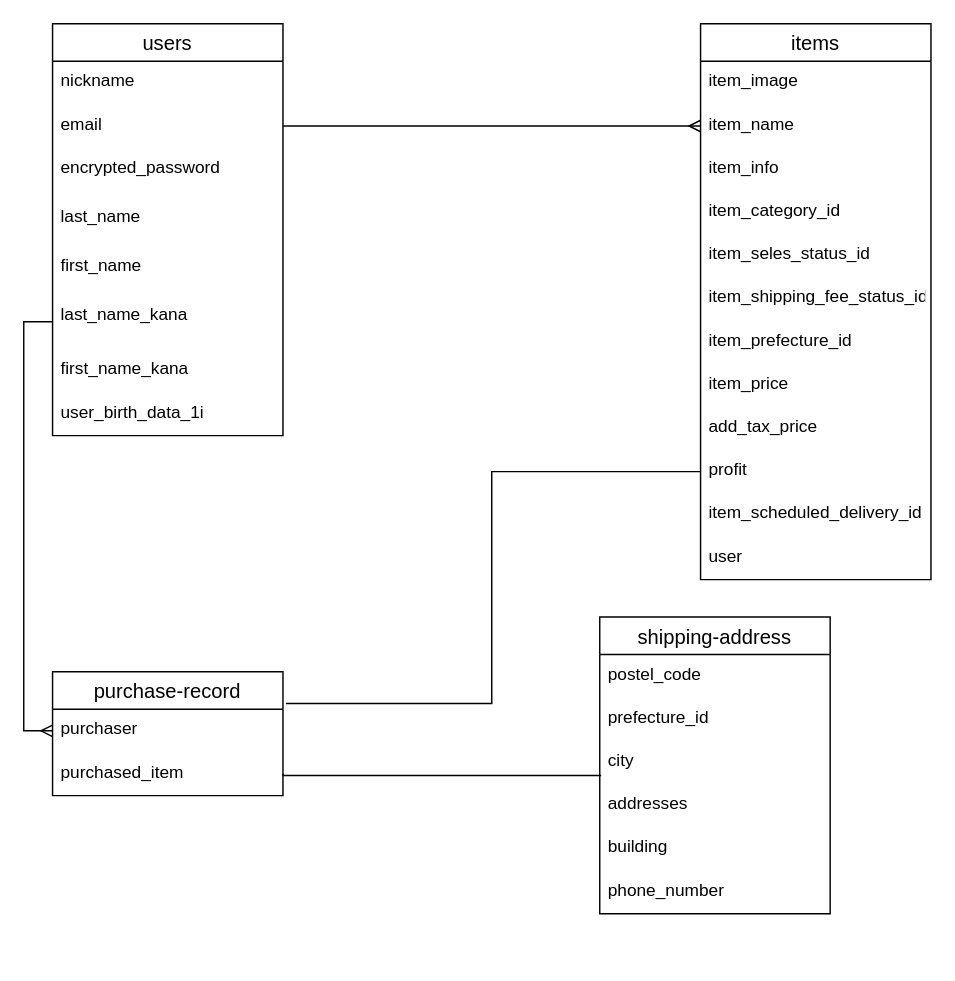
Earlier version of the draw.io diagram furima.dio (shorimpo/furima-33974). Source tidied: cells renumbered, new cells numbered last; positions are measured from the earlier drawing's top-left corner, leaving out a move shared by most shapes. Both pictures are drawn from the tidied source at 144%, with x=0, y=0 at pixel (52, 23).
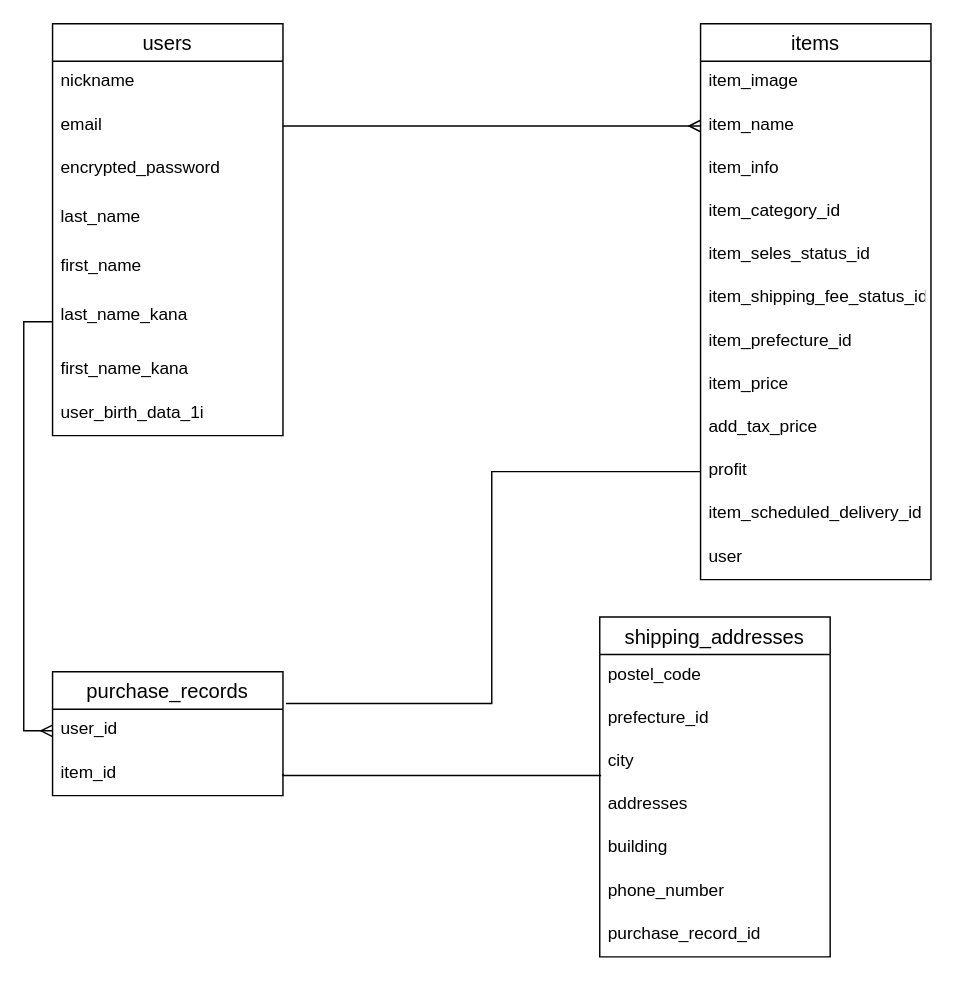
The same diagram, later.

Commit message (it also covers changes not shown here):
ER図とREADMEの修正2

What changed in the source:
```diff
@@
-    <mxCell id="24" value="purchase-record" style="swimlane;fontStyle=0;horizontal=1;startSize=26;align=center;fontSize=14;" parent="1" vertex="1">
+    <mxCell id="24" value="purchase_records" style="swimlane;fontStyle=0;horizontal=1;startSize=26;align=center;fontSize=14;" parent="1" vertex="1">
       <mxGeometry y="450" width="160" height="86" as="geometry" />
     </mxCell>
-    <mxCell id="25" value="purchaser" style="text;strokeColor=none;fillColor=none;spacingLeft=4;spacingRight=4;overflow=hidden;points=[[0,0.5],[1,0.5]];portConstraint=eastwest;fontSize=12;" parent="24" vertex="1">
+    <mxCell id="25" value="user_id" style="text;strokeColor=none;fillColor=none;spacingLeft=4;spacingRight=4;overflow=hidden;points=[[0,0.5],[1,0.5]];portConstraint=eastwest;fontSize=12;" parent="24" vertex="1">
       <mxGeometry y="26" width="160" height="30" as="geometry" />
     </mxCell>
-    <mxCell id="26" value="purchased_item" style="text;strokeColor=none;fillColor=none;spacingLeft=4;spacingRight=4;overflow=hidden;points=[[0,0.5],[1,0.5]];portConstraint=eastwest;fontSize=12;" parent="24" vertex="1">
+    <mxCell id="26" value="item_id" style="text;strokeColor=none;fillColor=none;spacingLeft=4;spacingRight=4;overflow=hidden;points=[[0,0.5],[1,0.5]];portConstraint=eastwest;fontSize=12;" parent="24" vertex="1">
       <mxGeometry y="56" width="160" height="30" as="geometry" />
     </mxCell>
-    <mxCell id="27" value="shipping-address" style="swimlane;fontStyle=0;horizontal=1;startSize=26;align=center;fontSize=14;" parent="1" vertex="1">
-      <mxGeometry x="380" y="412" width="160" height="206" as="geometry" />
+    <mxCell id="27" value="shipping_addresses" style="swimlane;fontStyle=0;horizontal=1;startSize=26;align=center;fontSize=14;" parent="1" vertex="1">
+      <mxGeometry x="380" y="412" width="160" height="236" as="geometry" />
     </mxCell>
@@
+    <mxCell id="38" value="phone_number" style="text;strokeColor=none;fillColor=none;spacingLeft=4;spacingRight=4;overflow=hidden;fontSize=12;" parent="27" vertex="1">
+      <mxGeometry y="176" width="160" height="30" as="geometry" />
+    </mxCell>
-    <mxCell id="33" value="phone_number" style="text;strokeColor=none;fillColor=none;spacingLeft=4;spacingRight=4;overflow=hidden;fontSize=12;" parent="27" vertex="1">
-      <mxGeometry y="176" width="160" height="30" as="geometry" />
+    <mxCell id="33" value="purchase_record_id" style="text;strokeColor=none;fillColor=none;spacingLeft=4;spacingRight=4;overflow=hidden;fontSize=12;" parent="27" vertex="1">
+      <mxGeometry y="206" width="160" height="30" as="geometry" />
     </mxCell>
```
